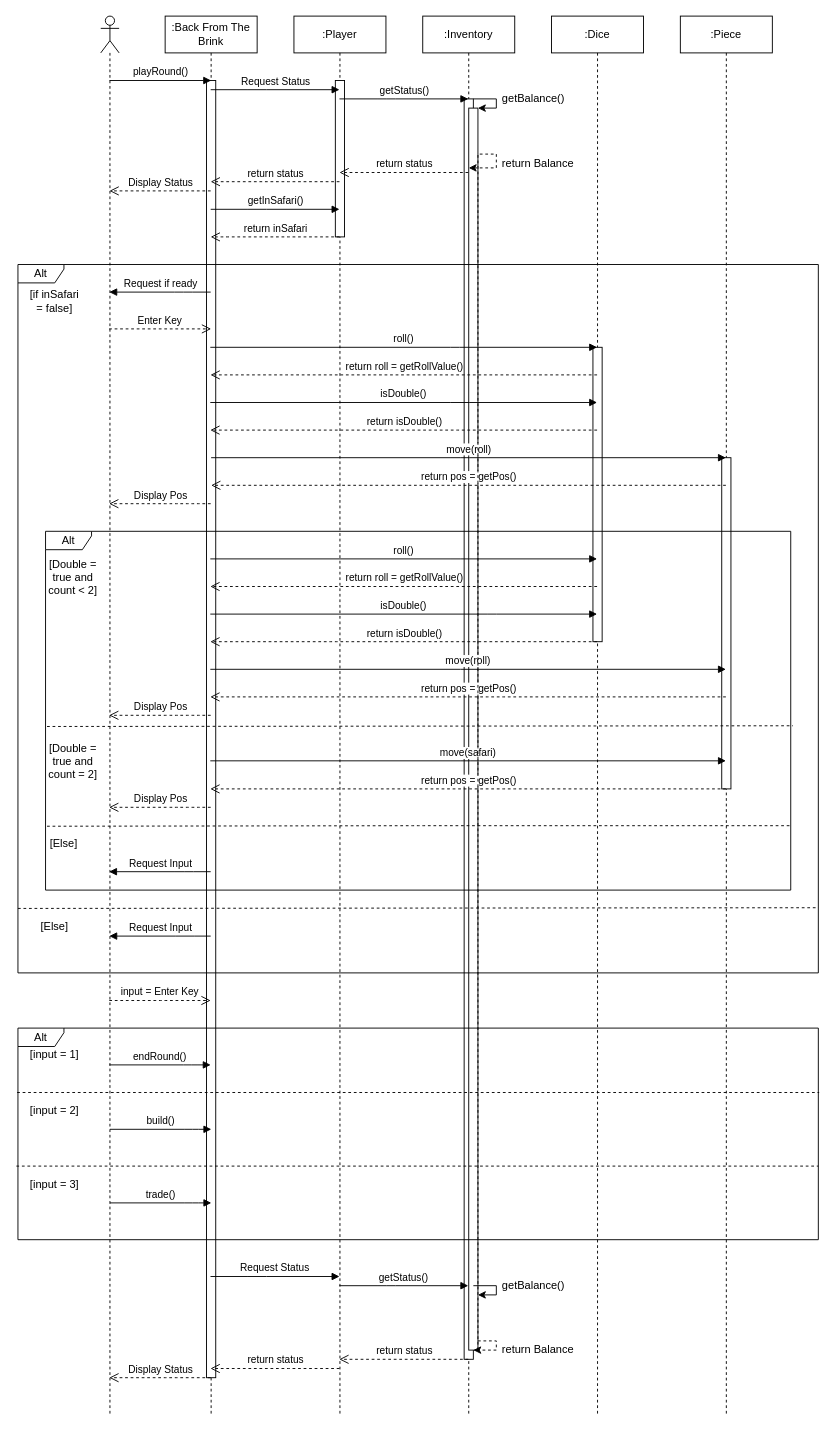
Above: Documentation/Sequence Diagrams/Take Turn SD (draft).drawio in cmcgarry5/csc2058-2021-g25 (draw.io), before the change. Source tidied: cells renumbered, new cells numbered last; positions are measured from the earlier drawing's top-left corner, leaving out a move shared by most shapes. Both pictures are drawn from the tidied source at 92%, with x=0, y=0 at pixel (16, 16).
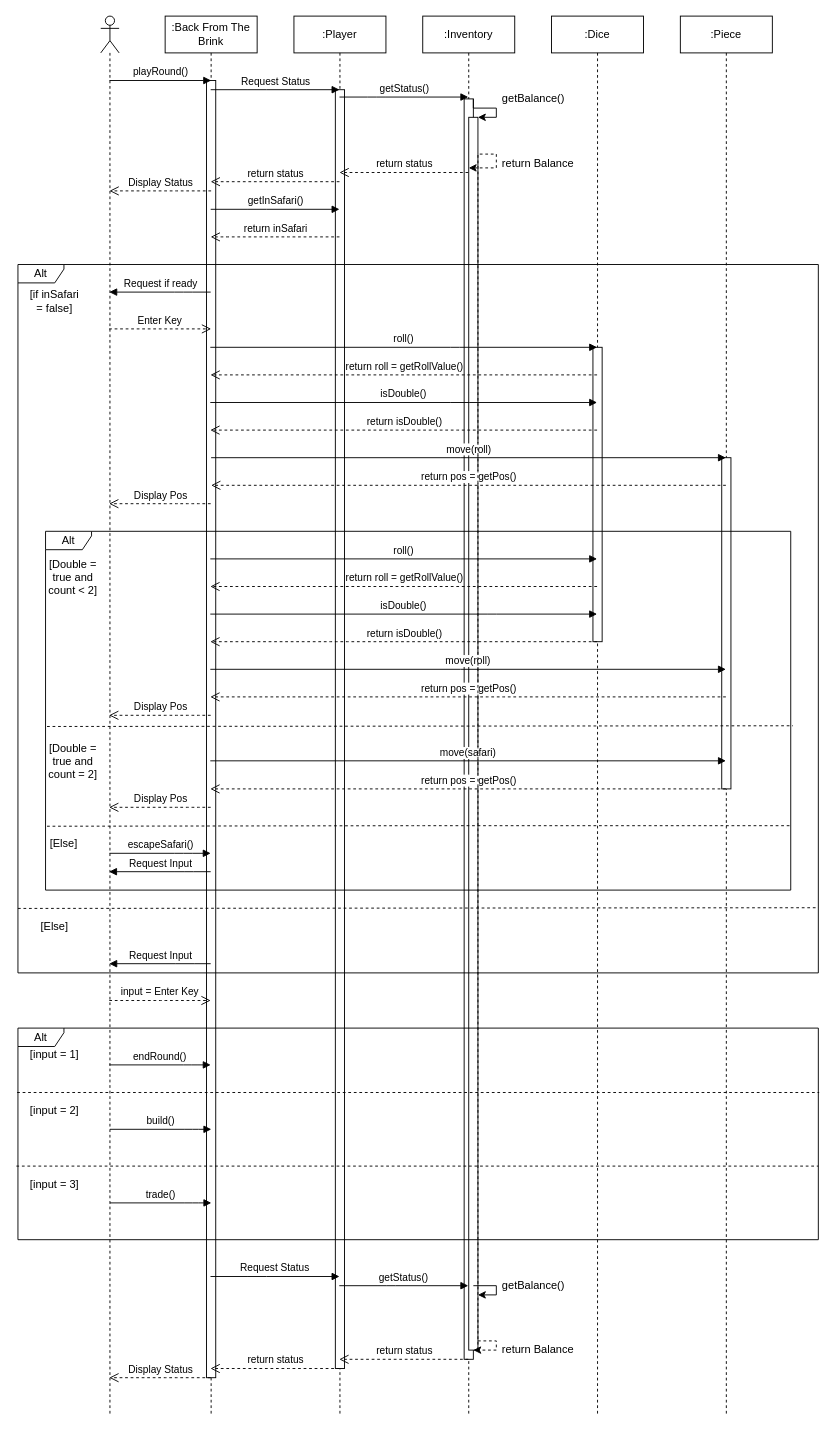
The same page after the edit.

The change refers to these unchanged cells:
```xml
<mxCell id="2" value=":Back From The Brink" style="shape=umlLifeline;perimeter=lifelinePerimeter;whiteSpace=wrap;html=1;outlineConnect=0;" parent="1" vertex="1">
  <mxGeometry x="162" width="100" height="1520" as="geometry" />
</mxCell>
<mxCell id="5" style="shape=umlLifeline;participant=umlActor;perimeter=lifelinePerimeter;whiteSpace=wrap;html=1;verticalAlign=top;spacingTop=36;outlineConnect=0;" parent="1" vertex="1">
  <mxGeometry x="92" width="20" height="1520" as="geometry" />
</mxCell>
<mxCell id="6" value=":Player" style="shape=umlLifeline;perimeter=lifelinePerimeter;whiteSpace=wrap;html=1;outlineConnect=0;" parent="1" vertex="1">
  <mxGeometry x="302" width="100" height="1520" as="geometry" />
</mxCell>
<mxCell id="8" value=":Inventory" style="shape=umlLifeline;perimeter=lifelinePerimeter;whiteSpace=wrap;html=1;outlineConnect=0;" parent="1" vertex="1">
  <mxGeometry x="442" width="100" height="1520" as="geometry" />
</mxCell>
<mxCell id="9" style="rounded=0;whiteSpace=wrap;html=1;" parent="8" vertex="1">
  <mxGeometry x="45" y="90" width="10" height="1370" as="geometry" />
</mxCell>
```

What changed in the source:
```diff
@@
     <mxCell id="7" style="rounded=0;whiteSpace=wrap;html=1;" parent="6" vertex="1">
-      <mxGeometry x="45" y="70" width="10" height="170" as="geometry" />
+      <mxGeometry x="45" y="80" width="10" height="1390" as="geometry" />
     </mxCell>
@@
     <mxCell id="15" value="getStatus()" style="html=1;verticalAlign=bottom;endArrow=block;" parent="1" edge="1" source="6" target="8">
       <mxGeometry relative="1" as="geometry">
         <Array as="points">
-          <mxPoint x="402.3" y="90" />
+          <mxPoint x="392" y="88" />
         </Array>
       </mxGeometry>
     </mxCell>
@@
     <mxCell id="19" style="edgeStyle=orthogonalEdgeStyle;rounded=0;jettySize=auto;html=1;exitX=1;exitY=0;exitDx=0;exitDy=0;entryX=1;entryY=0;entryDx=0;entryDy=0;" parent="1" edge="1" source="9" target="31">
       <mxGeometry relative="1" as="geometry">
         <Array as="points">
-          <mxPoint x="522" y="90" />
+          <mxPoint x="497" y="100" />
           <mxPoint x="522" y="100" />
+          <mxPoint x="522" y="110" />
         </Array>
       </mxGeometry>
     </mxCell>
@@
-    <mxCell id="23" value="Display Status" style="html=1;verticalAlign=bottom;endArrow=open;dashed=1;endSize=8;" parent="1" edge="1" source="2" target="5">
+    <mxCell id="23" value="Display Status" style="html=1;verticalAlign=bottom;endArrow=open;dashed=1;endSize=8;" parent="1" edge="1" target="5">
       <mxGeometry relative="1" as="geometry">
+        <mxPoint x="212" y="190" as="sourcePoint" />
         <Array as="points">
           <mxPoint x="172" y="190" />
         </Array>
       </mxGeometry>
     </mxCell>
@@
     <mxCell id="31" style="rounded=0;whiteSpace=wrap;html=1;" parent="1" vertex="1">
-      <mxGeometry x="492" y="100" width="10" height="1350" as="geometry" />
+      <mxGeometry x="492" y="110" width="10" height="1340" as="geometry" />
     </mxCell>
@@
     <mxCell id="61" value="Request Input" style="html=1;verticalAlign=bottom;endArrow=block;" parent="1" edge="1">
       <mxGeometry relative="1" as="geometry">
-        <mxPoint x="211.5" y="1000" as="sourcePoint" />
-        <mxPoint x="101.3" y="1000" as="targetPoint" />
+        <mxPoint x="211.5" y="1030" as="sourcePoint" />
+        <mxPoint x="101.3" y="1030" as="targetPoint" />
         <Array as="points">
-          <mxPoint x="183.6" y="1000" />
+          <mxPoint x="183.6" y="1030" />
         </Array>
       </mxGeometry>
     </mxCell>
@@
+    <mxCell id="76" value="escapeSafari()" style="html=1;verticalAlign=bottom;endArrow=block;" parent="1" edge="1" source="5" target="2">
+      <mxGeometry relative="1" as="geometry">
+        <Array as="points">
+          <mxPoint x="182" y="910" />
+        </Array>
+      </mxGeometry>
+    </mxCell>
```
